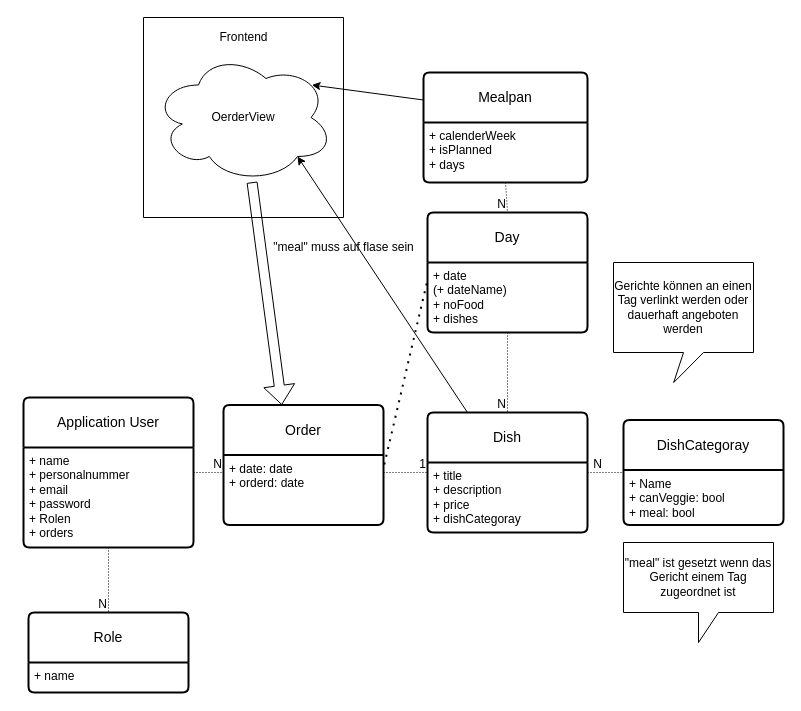
This is docs/resources/src/Database.drawio from Golo300/Kantinerado, a draw.io file, before an edit. Source tidied: cells renumbered, new cells numbered last; positions are measured from the earlier drawing's top-left corner, leaving out a move shared by most shapes. Both pictures are drawn from the tidied source at 100%, with x=0, y=0 at pixel (23, 17).
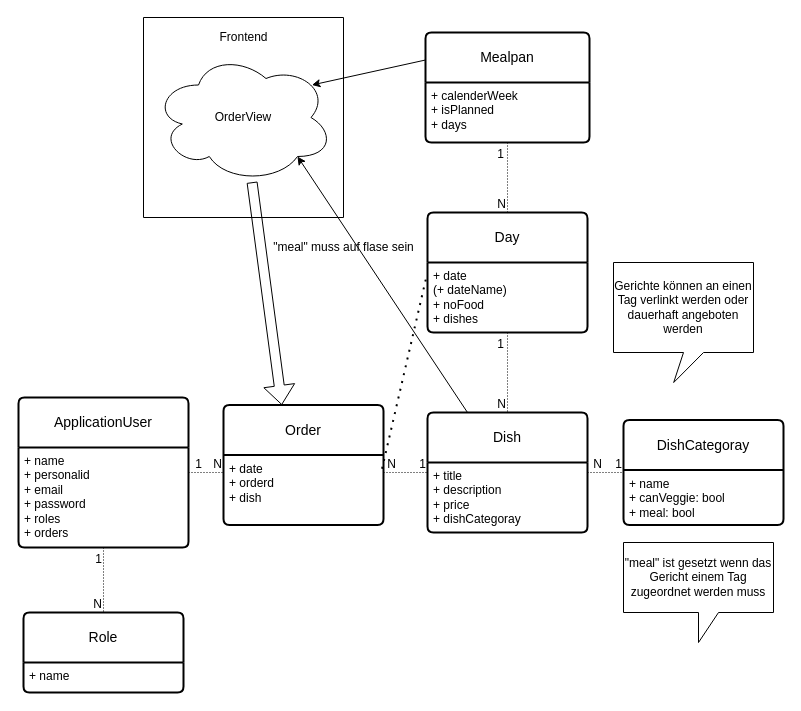
Above is the later version.

The change refers to these unchanged cells:
```xml
<mxCell id="9" value="+ date&lt;br&gt;(+ dateName)&lt;br&gt;+ noFood&lt;br&gt;+ dishes" style="align=left;strokeColor=none;fillColor=none;spacingLeft=4;fontSize=12;verticalAlign=top;html=1;" parent="8" vertex="1">
  <mxGeometry y="50" width="160" height="70" as="geometry" />
</mxCell>
<mxCell id="16" value="DishCategoray" style="swimlane;horizontal=1;startSize=50;rounded=1;fontSize=14;fontStyle=0;strokeWidth=2;shadow=0;dashed=0;align=center;arcSize=4;whiteSpace=wrap;html=1;" parent="1" vertex="1">
  <mxGeometry x="600" y="402.5" width="160" height="105" as="geometry" />
</mxCell>
<mxCell id="24" value="Order" style="swimlane;horizontal=1;startSize=50;rounded=1;fontSize=14;fontStyle=0;strokeWidth=2;shadow=0;dashed=0;align=center;arcSize=4;whiteSpace=wrap;html=1;" parent="1" vertex="1">
  <mxGeometry x="200" y="387.5" width="160" height="120" as="geometry" />
</mxCell>
```

Diff of the diagram source:
```diff
@@
-    <mxCell id="2" value="Application User" style="swimlane;horizontal=1;startSize=50;rounded=1;fontSize=14;fontStyle=0;strokeWidth=2;shadow=0;dashed=0;align=center;arcSize=4;whiteSpace=wrap;html=1;" parent="1" vertex="1">
-      <mxGeometry y="380" width="170" height="150" as="geometry" />
+    <mxCell id="2" value="ApplicationUser" style="swimlane;horizontal=1;startSize=50;rounded=1;fontSize=14;fontStyle=0;strokeWidth=2;shadow=0;dashed=0;align=center;arcSize=4;whiteSpace=wrap;html=1;" parent="1" vertex="1">
+      <mxGeometry x="-5" y="380" width="170" height="150" as="geometry" />
     </mxCell>
-    <mxCell id="3" value="+ name&lt;br&gt;+ personalnummer&lt;br&gt;+ email&lt;br&gt;+ password&lt;br&gt;+ Rolen&lt;br&gt;+ orders" style="align=left;strokeColor=none;fillColor=none;spacingLeft=4;fontSize=12;verticalAlign=top;html=1;" parent="2" vertex="1">
+    <mxCell id="3" value="+ name&lt;br&gt;+ personalid&lt;br&gt;+ email&lt;br&gt;+ password&lt;br&gt;+ roles&lt;br&gt;+ orders" style="align=left;strokeColor=none;fillColor=none;spacingLeft=4;fontSize=12;verticalAlign=top;html=1;" parent="2" vertex="1">
       <mxGeometry y="50" width="170" height="100" as="geometry" />
     </mxCell>
     <mxCell id="4" value="Role" style="swimlane;horizontal=1;startSize=50;rounded=1;fontSize=14;fontStyle=0;strokeWidth=2;shadow=0;dashed=0;align=center;arcSize=4;whiteSpace=wrap;html=1;" parent="1" vertex="1">
-      <mxGeometry x="5" y="595" width="160" height="80" as="geometry" />
+      <mxGeometry y="595" width="160" height="80" as="geometry" />
     </mxCell>
@@
     <mxCell id="6" value="Mealpan" style="swimlane;horizontal=1;startSize=50;rounded=1;fontSize=14;fontStyle=0;strokeWidth=2;shadow=0;dashed=0;align=center;arcSize=4;whiteSpace=wrap;html=1;" parent="1" vertex="1">
-      <mxGeometry x="400" y="55" width="164" height="110" as="geometry" />
+      <mxGeometry x="402" y="15" width="164" height="110" as="geometry" />
     </mxCell>
@@
-    <mxCell id="17" value="+ Name&lt;br&gt;+ canVeggie: bool&lt;br&gt;+ meal: bool" style="align=left;strokeColor=none;fillColor=none;spacingLeft=4;fontSize=12;verticalAlign=top;html=1;" parent="16" vertex="1">
+    <mxCell id="17" value="+ name&lt;br&gt;+ canVeggie: bool&lt;br&gt;+ meal: bool" style="align=left;strokeColor=none;fillColor=none;spacingLeft=4;fontSize=12;verticalAlign=top;html=1;" parent="16" vertex="1">
       <mxGeometry y="50" width="160" height="55" as="geometry" />
     </mxCell>
@@
-    <mxCell id="25" value="+ date: date&lt;br&gt;+ orderd: date" style="align=left;strokeColor=none;fillColor=none;spacingLeft=4;fontSize=12;verticalAlign=top;html=1;" parent="24" vertex="1">
+    <mxCell id="25" value="+ date&lt;br&gt;+ orderd&lt;br&gt;+ dish" style="align=left;strokeColor=none;fillColor=none;spacingLeft=4;fontSize=12;verticalAlign=top;html=1;" parent="24" vertex="1">
       <mxGeometry y="50" width="160" height="70" as="geometry" />
     </mxCell>
@@
-    <mxCell id="29" value="&quot;meal&quot; ist gesetzt wenn das Gericht einem Tag zugeordnet ist" style="shape=callout;whiteSpace=wrap;html=1;perimeter=calloutPerimeter;" parent="1" vertex="1">
+    <mxCell id="29" value="&quot;meal&quot; ist gesetzt wenn das Gericht einem Tag zugeordnet werden muss" style="shape=callout;whiteSpace=wrap;html=1;perimeter=calloutPerimeter;" parent="1" vertex="1">
       <mxGeometry x="600" y="525" width="150" height="100" as="geometry" />
     </mxCell>
-    <mxCell id="30" value="OerderView" style="ellipse;shape=cloud;whiteSpace=wrap;html=1;align=center;" parent="1" vertex="1">
+    <mxCell id="30" value="OrderView" style="ellipse;shape=cloud;whiteSpace=wrap;html=1;align=center;" parent="1" vertex="1">
       <mxGeometry x="130" y="35" width="180" height="130" as="geometry" />
     </mxCell>
@@
+    <mxCell id="38" value="1" style="html=1;whiteSpace=wrap;align=right;verticalAlign=bottom;" parent="1" vertex="1">
+      <mxGeometry x="180" y="455" as="geometry" />
+    </mxCell>
+    <mxCell id="39" value="1" style="html=1;whiteSpace=wrap;align=right;verticalAlign=bottom;" parent="1" vertex="1">
+      <mxGeometry x="80" y="550" as="geometry" />
+    </mxCell>
+    <mxCell id="40" value="N" style="html=1;whiteSpace=wrap;align=right;verticalAlign=bottom;" parent="1" vertex="1">
+      <mxGeometry x="374" y="455" as="geometry" />
+    </mxCell>
+    <mxCell id="41" value="1" style="html=1;whiteSpace=wrap;align=right;verticalAlign=bottom;" parent="1" vertex="1">
+      <mxGeometry x="600" y="455" as="geometry" />
+    </mxCell>
+    <mxCell id="42" value="1" style="html=1;whiteSpace=wrap;align=right;verticalAlign=bottom;" parent="1" vertex="1">
+      <mxGeometry x="482" y="335" as="geometry" />
+    </mxCell>
+    <mxCell id="43" value="1" style="html=1;whiteSpace=wrap;align=right;verticalAlign=bottom;" parent="1" vertex="1">
+      <mxGeometry x="482" y="145" as="geometry" />
+    </mxCell>
-    <mxCell id="37" style="endArrow=none;dashed=1;html=1;dashPattern=1 3;strokeWidth=2;rounded=0;exitX=1.005;exitY=0.136;exitDx=0;exitDy=0;exitPerimeter=0;entryX=0;entryY=0.25;entryDx=0;entryDy=0;" parent="1" edge="1" source="25" target="9">
+    <mxCell id="37" style="endArrow=none;dashed=1;html=1;dashPattern=1 3;strokeWidth=2;rounded=0;exitX=0.991;exitY=0.195;exitDx=0;exitDy=0;exitPerimeter=0;entryX=-0.004;entryY=0.176;entryDx=0;entryDy=0;entryPerimeter=0;" parent="1" edge="1" source="25" target="9">
       <mxGeometry relative="1" as="geometry" />
     </mxCell>
```
